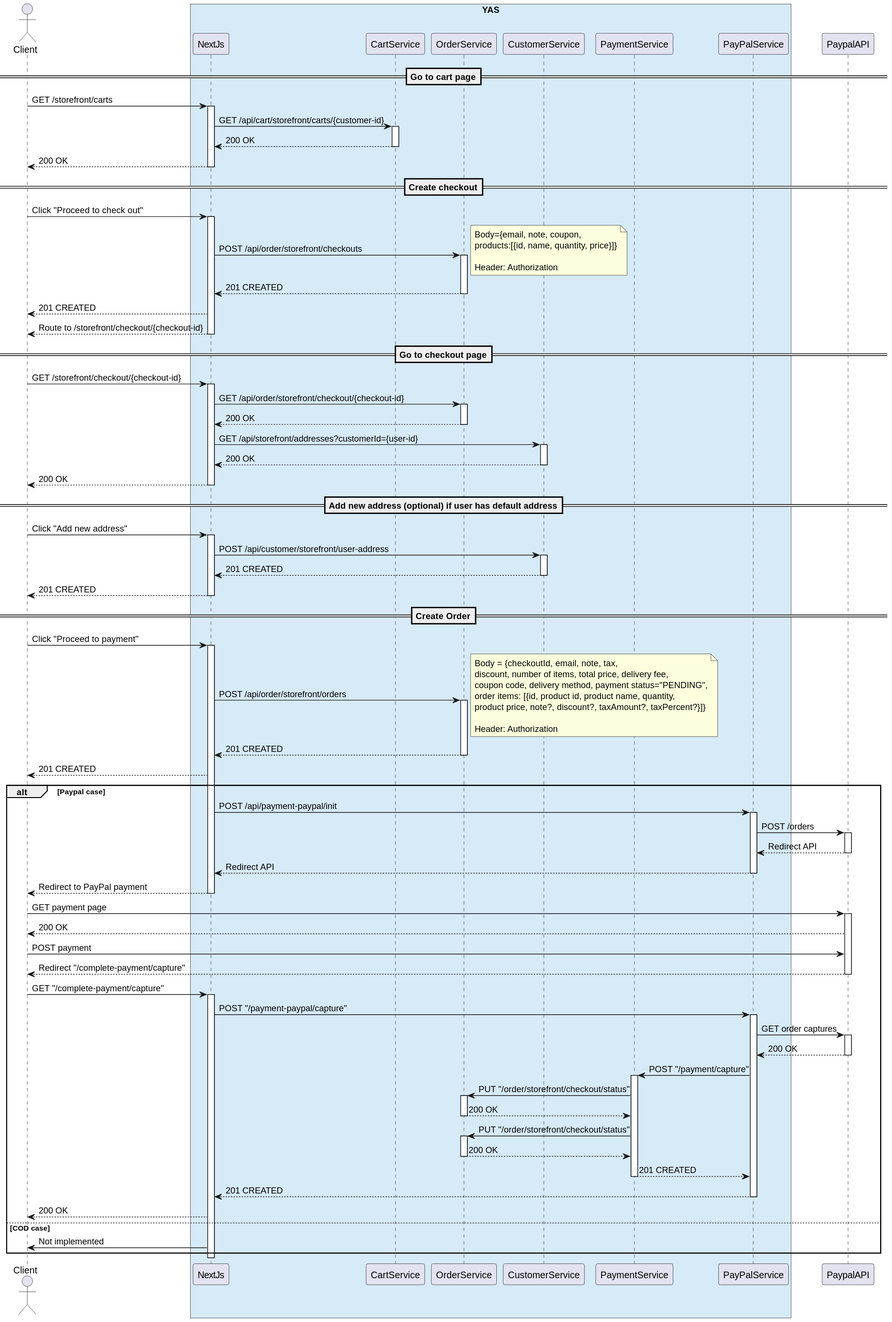
Earlier version of the PlantUML export order/docs/img/Current Order flow.svg (nashtech-garage/yas).
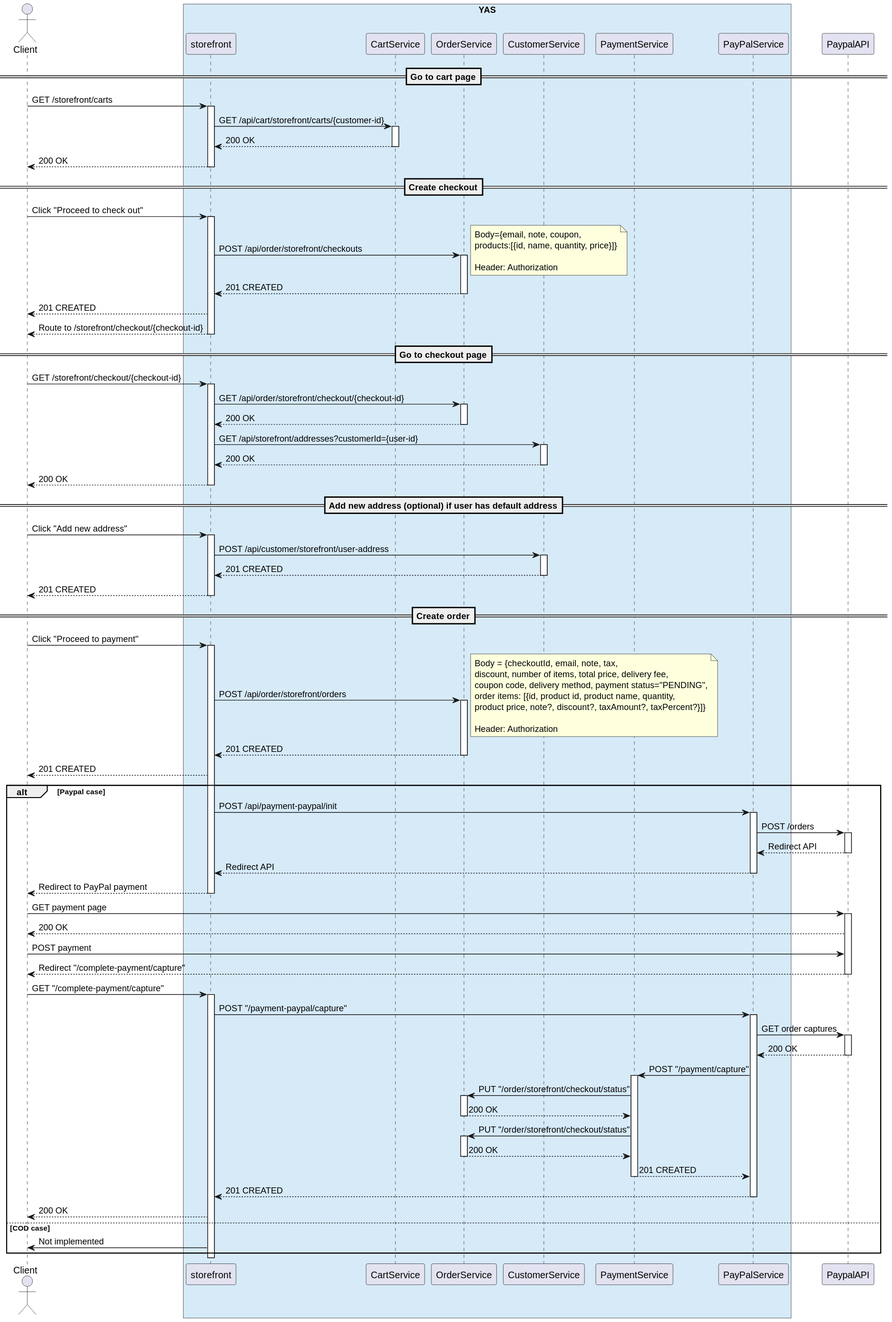
Above is the later version.

Commit message:
Rename NextJs to Storefront in diagrams

Change to the diagram source:
```diff
@@ -1,10 +1,10 @@
 @startuml
 actor Client
 box "YAS" #D6EAF8
-participant NextJs
-participant CartService as Cart
-participant OrderService as Order
-participant CustomerService as Customer
+participant storefront as NextJs
+participant CartService as cart
+participant OrderService as order
+participant CustomerService as customer
 participant PaymentService as payment
 participant PayPalService as ppal
 end box
@@ -12,54 +12,54 @@
 ==Go to cart page==
 Client -> NextJs: GET /storefront/carts
 activate NextJs
-NextJs -> Cart: GET /api/cart/storefront/carts/{customer-id}
-activate Cart
-Cart --> NextJs: 200 OK
-deactivate Cart
+NextJs -> cart: GET /api/cart/storefront/carts/{customer-id}
+activate cart
+cart --> NextJs: 200 OK
+deactivate cart
 NextJs --> Client: 200 OK
 deactivate NextJs
 ==Create checkout==
 Client -> NextJs: Click "Proceed to check out"
 activate NextJs
-NextJs -> Order: POST /api/order/storefront/checkouts
+NextJs -> order: POST /api/order/storefront/checkouts
 note right
 Body={email, note, coupon,
 products:[{id, name, quantity, price}]}
 
 Header: Authorization
 end note
-activate Order
-Order --> NextJs: 201 CREATED
-deactivate Order
+activate order
+order --> NextJs: 201 CREATED
+deactivate order
 NextJs --> Client: 201 CREATED
 NextJs --> Client: Route to /storefront/checkout/{checkout-id}
 deactivate NextJs
 ==Go to checkout page==
 Client -> NextJs: GET /storefront/checkout/{checkout-id}
 activate NextJs
-NextJs -> Order: GET /api/order/storefront/checkout/{checkout-id}
-activate Order
-Order --> NextJs: 200 OK
-deactivate Order
-NextJs -> Customer: GET /api/storefront/addresses?customerId={user-id}
-activate Customer
-Customer --> NextJs: 200 OK
-deactivate Customer
+NextJs -> order: GET /api/order/storefront/checkout/{checkout-id}
+activate order
+order --> NextJs: 200 OK
+deactivate order
+NextJs -> customer: GET /api/storefront/addresses?customerId={user-id}
+activate customer
+customer --> NextJs: 200 OK
+deactivate customer
 NextJs --> Client: 200 OK
 deactivate NextJs
 ==Add new address (optional) if user has default address==
 Client -> NextJs: Click "Add new address"
 activate NextJs
-NextJs -> Customer: POST /api/customer/storefront/user-address
-activate Customer
-Customer --> NextJs: 201 CREATED
-deactivate Customer
+NextJs -> customer: POST /api/customer/storefront/user-address
+activate customer
+customer --> NextJs: 201 CREATED
+deactivate customer
 NextJs --> Client: 201 CREATED
 deactivate NextJs
-==Create Order==
+==Create order==
 Client -> NextJs: Click "Proceed to payment"
 activate NextJs
-NextJs -> Order: POST /api/order/storefront/orders
+NextJs -> order: POST /api/order/storefront/orders
 note right
 Body = {checkoutId, email, note, tax,
 discount, number of items, total price, delivery fee,
@@ -69,9 +69,9 @@
 
 Header: Authorization
 end note
-activate Order
-Order --> NextJs: 201 CREATED
-deactivate Order
+activate order
+order --> NextJs: 201 CREATED
+deactivate order
 NextJs --> Client: 201 CREATED
 alt Paypal case
     NextJs -> ppal: POST /api/payment-paypal/init
@@ -100,14 +100,14 @@
     deactivate ppAPI
     ppal -> payment: POST "/payment/capture"
     activate payment
-    payment -> Order: PUT "/order/storefront/checkout/status"
-    activate Order
-    Order --> payment: 200 OK
-    deactivate Order
-    payment -> Order: PUT "/order/storefront/checkout/status"
-    activate Order
-    Order --> payment: 200 OK
-    deactivate Order
+    payment -> order: PUT "/order/storefront/checkout/status"
+    activate order
+    order --> payment: 200 OK
+    deactivate order
+    payment -> order: PUT "/order/storefront/checkout/status"
+    activate order
+    order --> payment: 200 OK
+    deactivate order
     payment --> ppal: 201 CREATED
     deactivate payment
     ppal --> NextJs: 201 CREATED
```
